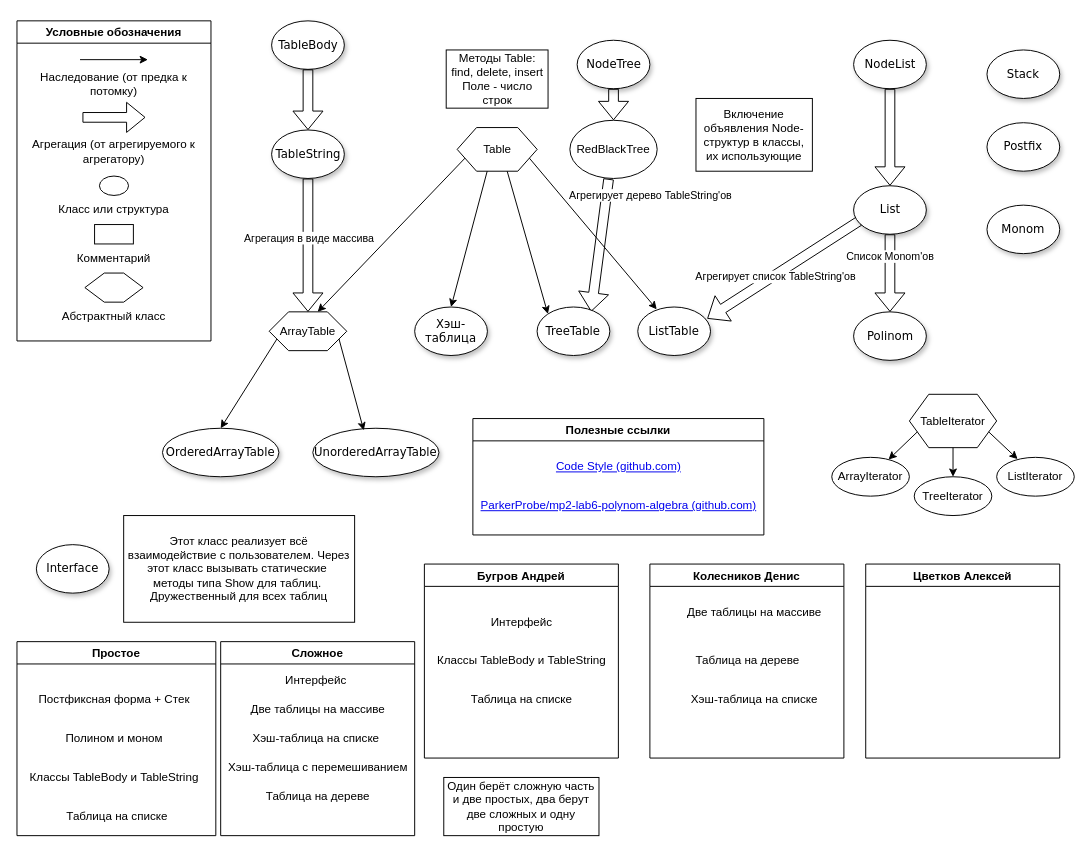
The draw.io diagram Class_Diagram.drawio in ParkerProbe/mp2-lab6-polynom-algebra, before the edit. Source tidied: cells renumbered, new cells numbered last; positions are measured from the earlier drawing's top-left corner, leaving out a move shared by most shapes. Both pictures are drawn from the tidied source at 97%, with x=0, y=0 at pixel (16, 20).
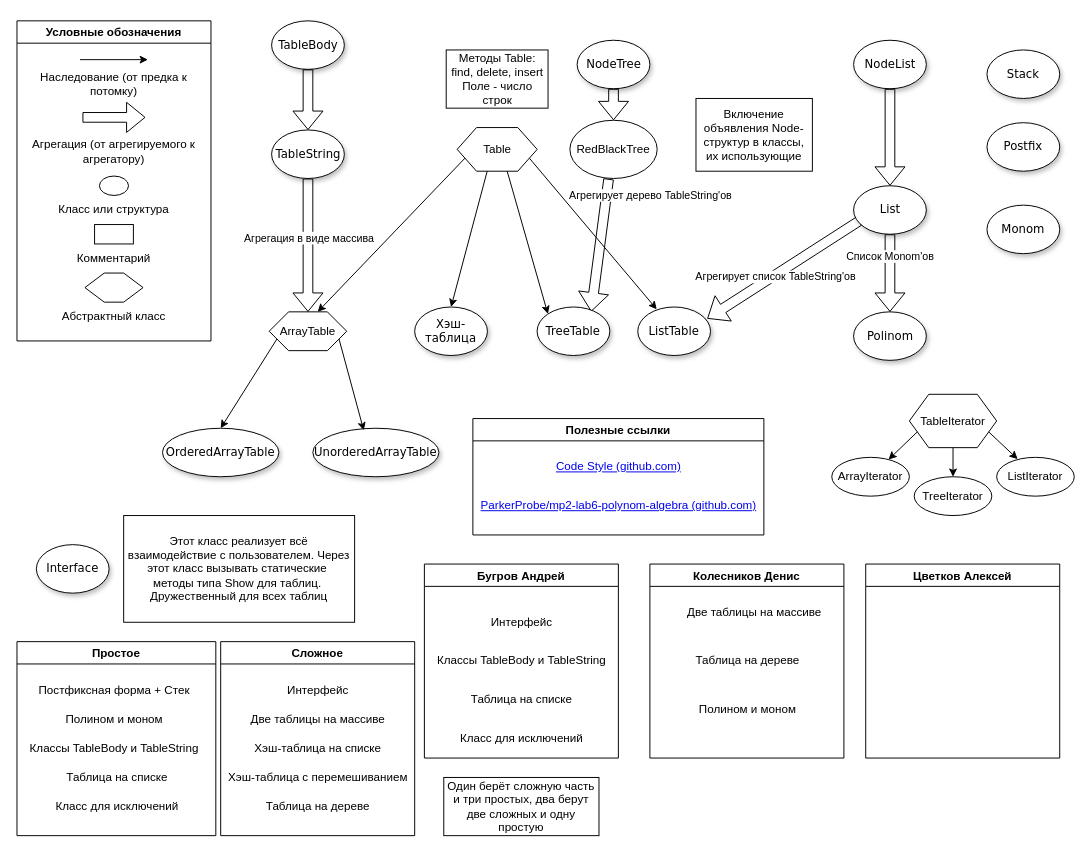
Above is the later version.

Commit message:
Update_Andrey_8_sorry Class_Diagram.drawio

The change refers to these unchanged cells:
```xml
<mxCell id="61" value="Бугров Андрей" style="swimlane;" parent="1" vertex="1">
  <mxGeometry x="420" y="560" width="200" height="200" as="geometry" />
</mxCell>
<mxCell id="65" value="Колесников Денис" style="swimlane;" parent="1" vertex="1">
  <mxGeometry x="652.5" y="560" width="200" height="200" as="geometry" />
</mxCell>
<mxCell id="70" value="Простое" style="swimlane;" parent="1" vertex="1">
  <mxGeometry y="640" width="205" height="200" as="geometry" />
</mxCell>
<mxCell id="75" value="Сложное" style="swimlane;" parent="1" vertex="1">
  <mxGeometry x="210" y="640" width="200" height="200" as="geometry" />
</mxCell>
```

Diff of the diagram source:
```diff
@@
+    <mxCell id="82" value="Класс для исключений" style="text;html=1;align=center;verticalAlign=middle;strokeColor=none;fillColor=none;" parent="61" vertex="1">
+      <mxGeometry x="30" y="170" width="140" height="20" as="geometry" />
+    </mxCell>
@@
+    <mxCell id="83" value="Полином и моном" style="text;html=1;align=center;verticalAlign=middle;strokeColor=none;fillColor=none;" parent="65" vertex="1">
+      <mxGeometry x="40" y="140" width="120" height="20" as="geometry" />
+    </mxCell>
@@
-    <mxCell id="68" value="Хэш-таблица на списке" style="text;html=1;align=center;verticalAlign=middle;strokeColor=none;fillColor=none;" parent="65" vertex="1">
-      <mxGeometry x="32.5" y="130" width="150" height="20" as="geometry" />
-    </mxCell>
@@
     <mxCell id="71" value="Постфиксная форма + Стек" style="text;html=1;align=center;verticalAlign=middle;strokeColor=none;fillColor=none;" parent="70" vertex="1">
-      <mxGeometry x="15" y="50" width="170" height="20" as="geometry" />
+      <mxGeometry x="15" y="40" width="170" height="20" as="geometry" />
     </mxCell>
     <mxCell id="72" value="Полином и моном" style="text;html=1;align=center;verticalAlign=middle;strokeColor=none;fillColor=none;" parent="70" vertex="1">
-      <mxGeometry x="40" y="90" width="120" height="20" as="geometry" />
+      <mxGeometry x="40" y="70" width="120" height="20" as="geometry" />
     </mxCell>
     <mxCell id="73" value="Классы TableBody и TableString" style="text;html=1;align=center;verticalAlign=middle;strokeColor=none;fillColor=none;" parent="70" vertex="1">
-      <mxGeometry x="5" y="130" width="190" height="20" as="geometry" />
+      <mxGeometry x="5" y="100" width="190" height="20" as="geometry" />
     </mxCell>
     <mxCell id="74" value="Таблица на списке" style="text;html=1;align=center;verticalAlign=middle;strokeColor=none;fillColor=none;" parent="70" vertex="1">
-      <mxGeometry x="42.5" y="170" width="120" height="20" as="geometry" />
+      <mxGeometry x="42.5" y="130" width="120" height="20" as="geometry" />
     </mxCell>
+    <mxCell id="84" value="Класс для исключений" style="text;html=1;align=center;verticalAlign=middle;strokeColor=none;fillColor=none;" parent="70" vertex="1">
+      <mxGeometry x="32.5" y="160" width="140" height="20" as="geometry" />
+    </mxCell>
@@
     <mxCell id="76" value="Интерфейс" style="text;html=1;align=center;verticalAlign=middle;strokeColor=none;fillColor=none;" parent="75" vertex="1">
-      <mxGeometry x="57.5" y="30" width="80" height="20" as="geometry" />
+      <mxGeometry x="60" y="40" width="80" height="20" as="geometry" />
     </mxCell>
     <mxCell id="77" value="Две таблицы на массиве" style="text;html=1;align=center;verticalAlign=middle;strokeColor=none;fillColor=none;" parent="75" vertex="1">
-      <mxGeometry x="25" y="60" width="150" height="20" as="geometry" />
+      <mxGeometry x="25" y="70" width="150" height="20" as="geometry" />
     </mxCell>
     <mxCell id="78" value="Хэш-таблица на списке" style="text;html=1;align=center;verticalAlign=middle;strokeColor=none;fillColor=none;" parent="75" vertex="1">
-      <mxGeometry x="22.5" y="90" width="150" height="20" as="geometry" />
+      <mxGeometry x="25" y="100" width="150" height="20" as="geometry" />
     </mxCell>
     <mxCell id="79" value="Хэш-таблица с перемешиванием" style="text;html=1;align=center;verticalAlign=middle;strokeColor=none;fillColor=none;" parent="75" vertex="1">
-      <mxGeometry y="120" width="200" height="20" as="geometry" />
+      <mxGeometry y="130" width="200" height="20" as="geometry" />
     </mxCell>
     <mxCell id="80" value="Таблица на дереве" style="text;html=1;align=center;verticalAlign=middle;strokeColor=none;fillColor=none;" parent="75" vertex="1">
-      <mxGeometry x="40" y="150" width="120" height="20" as="geometry" />
+      <mxGeometry x="40" y="160" width="120" height="20" as="geometry" />
     </mxCell>
-    <mxCell id="81" value="Один берёт сложную часть и две простых, два берут две сложных и одну простую" style="rounded=0;whiteSpace=wrap;html=1;" parent="1" vertex="1">
+    <mxCell id="81" value="Один берёт сложную часть и три простых, два берут две сложных и одну простую" style="rounded=0;whiteSpace=wrap;html=1;" parent="1" vertex="1">
       <mxGeometry x="440" y="780" width="160" height="60" as="geometry" />
     </mxCell>
```
